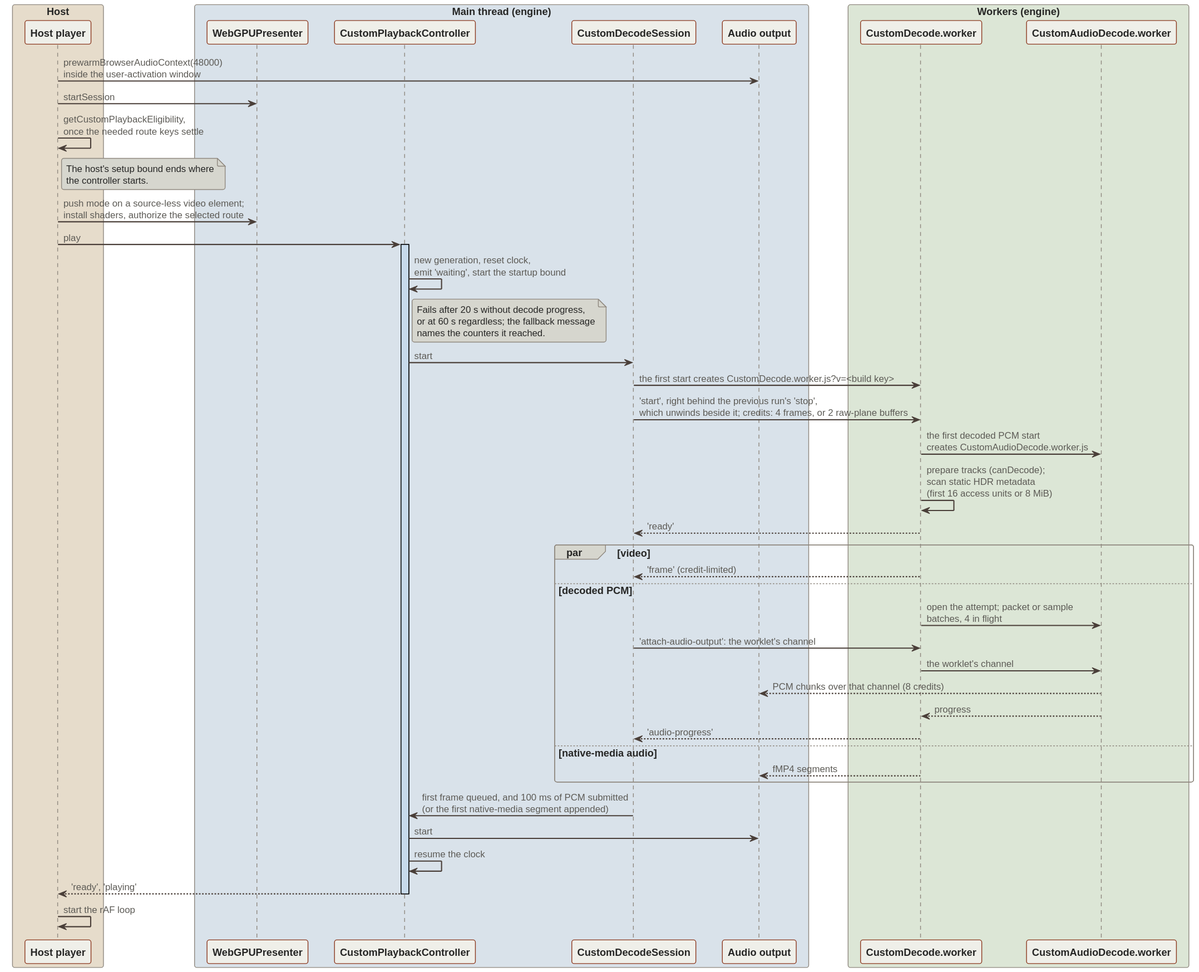
The PlantUML diagram docs/src/diagrams/custom-session-startup.light.svg in alchemyyy/WebGPU-Player, before a commit.
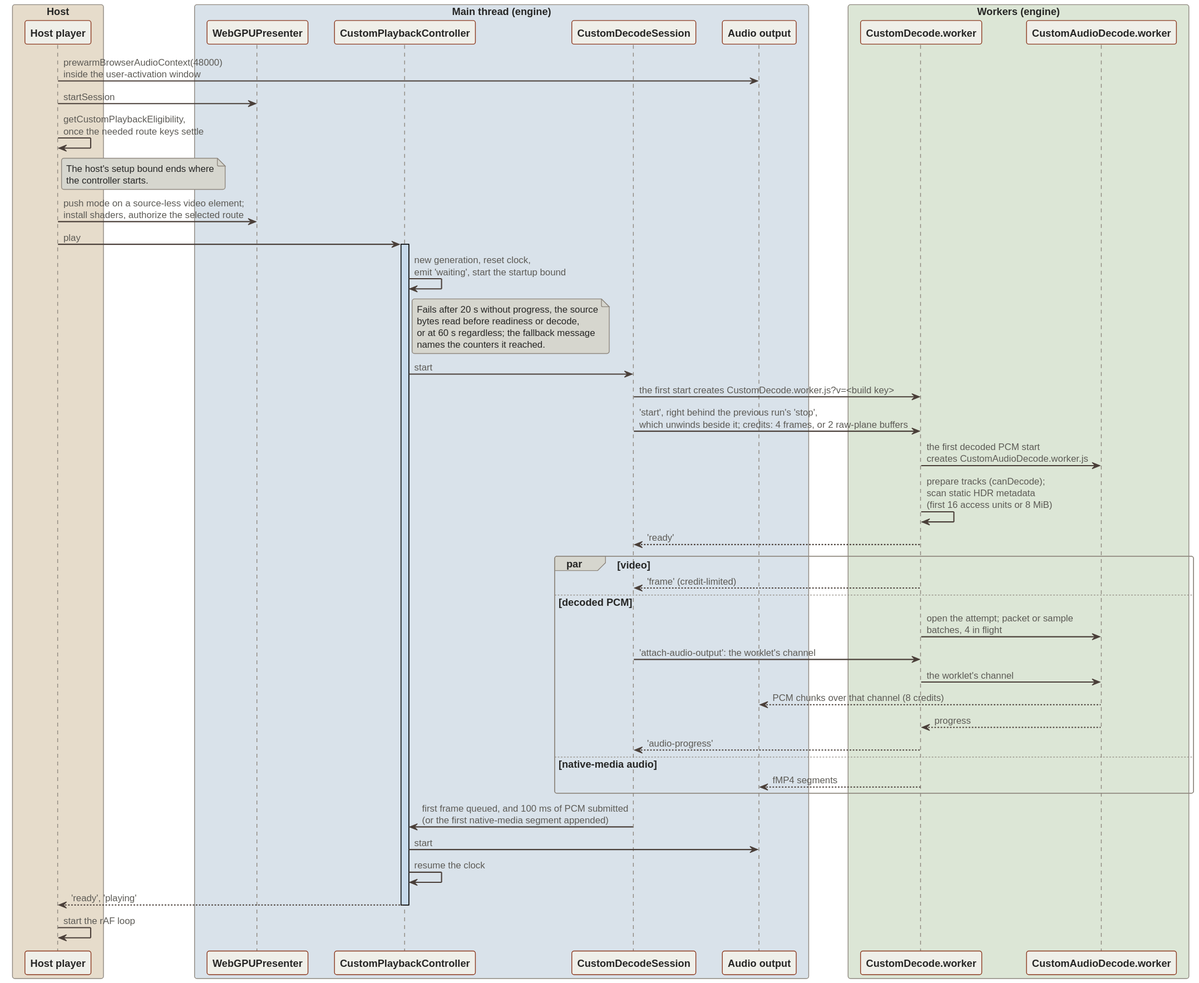
After the change.

Commit message:
Count the source bytes a run reads before its readiness as startup progress

What changed in the source:
```diff
@@ -28,7 +28,8 @@
 activate controller
 controller -> controller : new generation, reset clock,\nemit 'waiting', start the startup bound
 note right of controller
-  Fails after 20 s without decode progress,
+  Fails after 20 s without progress, the source
+  bytes read before readiness or decode,
   or at 60 s regardless; the fallback message
   names the counters it reached.
 end note
```
